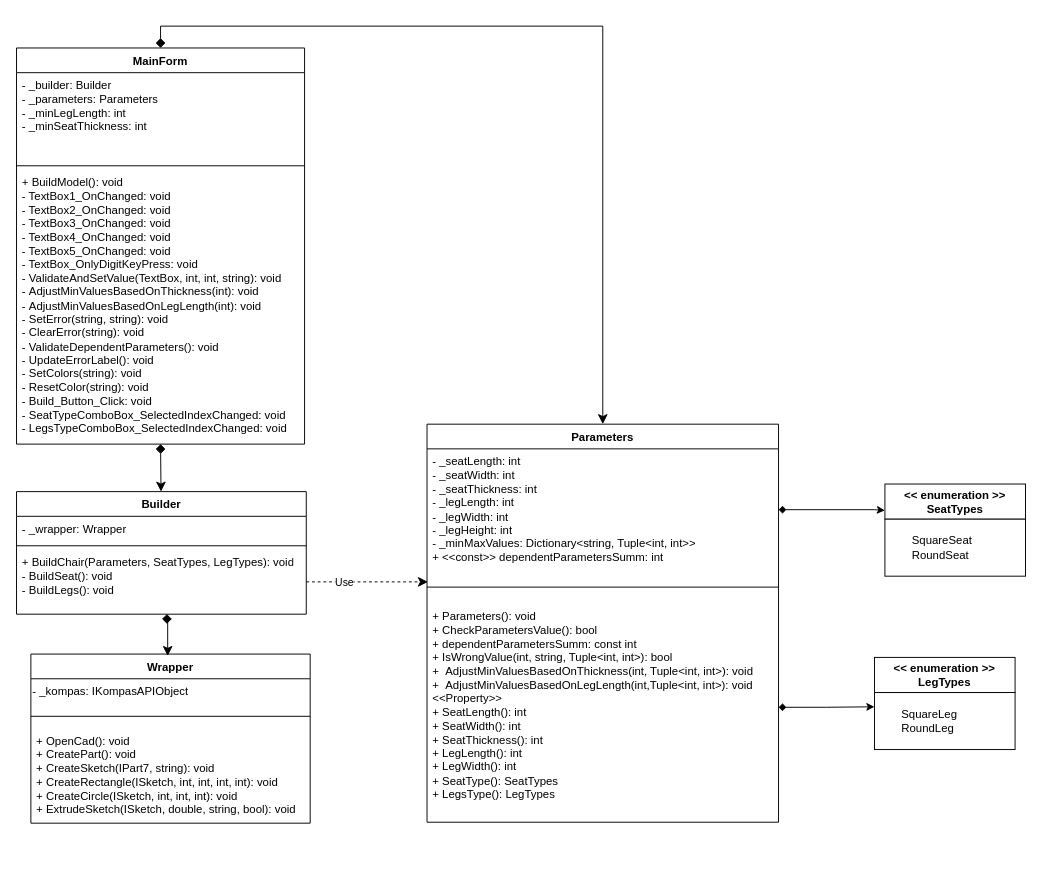
pikaparson/basics_of_CAD_development keeps this draw.io diagram as docs/диаграмма_после.drawio. Above is the earlier version. Source tidied: cells renumbered, new cells numbered last; positions are measured from the earlier drawing's top-left corner, leaving out a move shared by most shapes. Both pictures are drawn from the tidied source at 95%, with x=0, y=0 at pixel (16, 26).
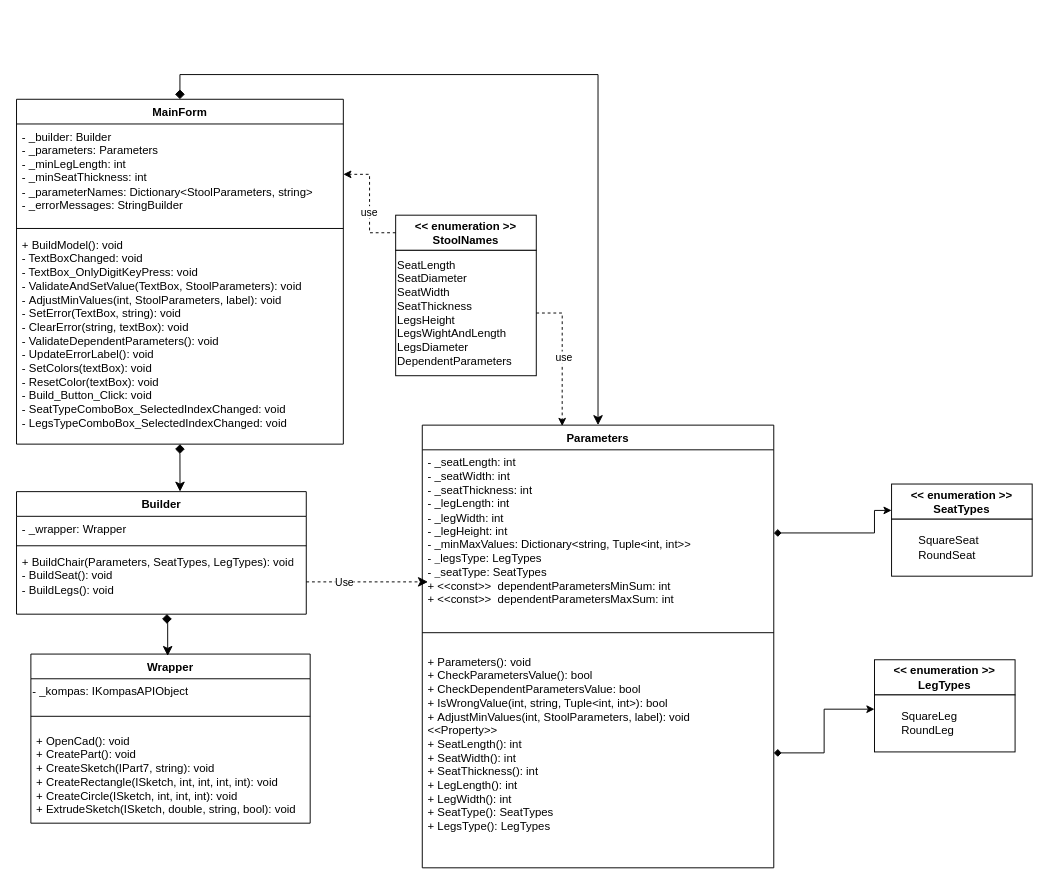
The same page after the edit.

Commit message (it also covers changes not shown here):
Дополнена UML-диаграмма

Unchanged cells that the change refers to:
```xml
<mxCell id="6" value="Builder&lt;div&gt;&lt;br&gt;&lt;/div&gt;" style="swimlane;fontStyle=1;align=center;verticalAlign=top;horizontal=1;startSize=26;whiteSpace=wrap;html=1;" parent="1" vertex="1">
  <mxGeometry x="-0.1" y="490" width="305" height="129" as="geometry" />
</mxCell>
```

Diff of the diagram source:
```diff
@@
     <mxCell id="2" value="MainForm" style="swimlane;fontStyle=1;align=center;verticalAlign=top;horizontal=1;startSize=26;whiteSpace=wrap;html=1;" parent="1" vertex="1">
-      <mxGeometry x="-0.1" y="23" width="303.2" height="417" as="geometry" />
+      <mxGeometry x="-0.1" y="77" width="344" height="363" as="geometry" />
     </mxCell>
-    <mxCell id="3" value="- _builder: Builder&lt;div&gt;- _parameters: Parameters&lt;br&gt;&lt;/div&gt;&lt;div&gt;- _minLegLength: int&lt;/div&gt;&lt;div&gt;-&amp;nbsp;_minSeatThickness: int&lt;br&gt;&lt;/div&gt;" style="text;strokeColor=none;fillColor=none;align=left;verticalAlign=top;spacingLeft=4;spacingRight=4;overflow=hidden;points=[[0,0.5],[1,0.5]];portConstraint=eastwest;whiteSpace=wrap;html=1;" parent="2" vertex="1">
-      <mxGeometry y="26" width="303.2" height="94" as="geometry" />
+    <mxCell id="3" value="- _builder: Builder&lt;div&gt;- _parameters: Parameters&lt;br&gt;&lt;/div&gt;&lt;div&gt;- _minLegLength: int&lt;/div&gt;&lt;div&gt;-&amp;nbsp;_minSeatThickness: int&lt;br&gt;&lt;/div&gt;&lt;div&gt;-&amp;nbsp;_parameterNames: Dictionary&amp;lt;StoolParameters, string&amp;gt;&lt;/div&gt;&lt;div&gt;-&amp;nbsp;_errorMessages: StringBuilder&lt;/div&gt;" style="text;strokeColor=none;fillColor=none;align=left;verticalAlign=top;spacingLeft=4;spacingRight=4;overflow=hidden;points=[[0,0.5],[1,0.5]];portConstraint=eastwest;whiteSpace=wrap;html=1;" parent="2" vertex="1">
+      <mxGeometry y="26" width="344" height="106" as="geometry" />
     </mxCell>
     <mxCell id="4" style="line;strokeWidth=1;fillColor=none;align=left;verticalAlign=middle;spacingTop=-1;spacingLeft=3;spacingRight=3;labelPosition=right;strokeColor=inherit;" parent="2" vertex="1">
-      <mxGeometry y="120" width="303.2" height="8" as="geometry" />
+      <mxGeometry y="132" width="344" height="8" as="geometry" />
     </mxCell>
-    <mxCell id="5" value="+ BuildModel(): void&lt;div&gt;- TextBox1_OnChanged: void&lt;/div&gt;&lt;div&gt;- TextBox2_OnChanged: void&lt;/div&gt;&lt;div&gt;- TextBox3_OnChanged: void&lt;/div&gt;&lt;div&gt;- TextBox4_OnChanged: void&lt;/div&gt;&lt;div&gt;- TextBox5_OnChanged: void&lt;/div&gt;&lt;div&gt;&lt;div&gt;- TextBox_OnlyDigitKeyPress: void&lt;/div&gt;&lt;/div&gt;&lt;div&gt;-&amp;nbsp;ValidateAndSetValue(TextBox, int, int, string): void&lt;/div&gt;&lt;div&gt;-&amp;nbsp;&lt;span style=&quot;background-color: initial;&quot;&gt;AdjustMinValuesBasedOnThickness(int): void&lt;/span&gt;&lt;/div&gt;&lt;div&gt;&lt;span style=&quot;background-color: initial;&quot;&gt;-&amp;nbsp;&lt;/span&gt;&lt;span style=&quot;background-color: initial;&quot;&gt;AdjustMinValuesBasedOnLegLength(int): void&lt;/span&gt;&lt;/div&gt;&lt;div&gt;&lt;span style=&quot;background-color: initial;&quot;&gt;-&amp;nbsp;&lt;/span&gt;&lt;span style=&quot;background-color: initial;&quot;&gt;SetError(string, string): void&lt;/span&gt;&lt;/div&gt;&lt;div&gt;&lt;span style=&quot;background-color: initial;&quot;&gt;-&amp;nbsp;&lt;/span&gt;&lt;span style=&quot;background-color: initial;&quot;&gt;ClearError(string): void&lt;/span&gt;&lt;/div&gt;&lt;div&gt;&lt;span style=&quot;background-color: initial;&quot;&gt;-&lt;/span&gt;&lt;span style=&quot;background-color: initial;&quot;&gt;&amp;nbsp;ValidateDependentParameters(): void&lt;/span&gt;&lt;/div&gt;&lt;div&gt;&lt;span style=&quot;background-color: initial;&quot;&gt;-&amp;nbsp;&lt;/span&gt;&lt;span style=&quot;background-color: initial;&quot;&gt;UpdateErrorLabel(): void&lt;/span&gt;&lt;/div&gt;&lt;div&gt;&lt;span style=&quot;background-color: initial;&quot;&gt;- SetColors(string): void&lt;/span&gt;&lt;/div&gt;&lt;div&gt;&lt;span style=&quot;background-color: initial;&quot;&gt;-&amp;nbsp;&lt;/span&gt;&lt;span style=&quot;background-color: initial;&quot;&gt;ResetColor(string): void&lt;/span&gt;&lt;/div&gt;&lt;div&gt;&lt;span style=&quot;background-color: initial;&quot;&gt;-&amp;nbsp;&lt;/span&gt;&lt;span style=&quot;background-color: initial;&quot;&gt;Build_Button_Click: void&lt;/span&gt;&lt;/div&gt;&lt;div&gt;&lt;span style=&quot;background-color: initial;&quot;&gt;-&amp;nbsp;&lt;/span&gt;&lt;span style=&quot;background-color: initial;&quot;&gt;SeatTypeComboBox_SelectedIndexChanged: void&lt;/span&gt;&lt;/div&gt;&lt;div&gt;&lt;span style=&quot;background-color: initial;&quot;&gt;-&amp;nbsp;&lt;/span&gt;&lt;span style=&quot;background-color: initial;&quot;&gt;LegsTypeComboBox_SelectedIndexChanged: void&lt;/span&gt;&lt;/div&gt;" style="text;strokeColor=none;fillColor=none;align=left;verticalAlign=top;spacingLeft=4;spacingRight=4;overflow=hidden;whiteSpace=wrap;html=1;" parent="2" vertex="1">
-      <mxGeometry y="128" width="303.2" height="289" as="geometry" />
+    <mxCell id="5" value="+ BuildModel(): void&lt;div&gt;- TextBoxChanged: void&lt;/div&gt;&lt;div&gt;&lt;div&gt;- TextBox_OnlyDigitKeyPress: void&lt;/div&gt;&lt;/div&gt;&lt;div&gt;-&amp;nbsp;ValidateAndSetValue(TextBox, StoolParameters): void&lt;/div&gt;&lt;div&gt;-&amp;nbsp;&lt;span style=&quot;background-color: initial;&quot;&gt;AdjustMinValues(int,&lt;/span&gt;&lt;span style=&quot;background-color: transparent;&quot;&gt;&amp;nbsp;StoolParameters, label&lt;/span&gt;&lt;span style=&quot;background-color: initial; color: light-dark(rgb(0, 0, 0), rgb(255, 255, 255));&quot;&gt;): void&lt;/span&gt;&lt;/div&gt;&lt;div&gt;&lt;span style=&quot;background-color: initial;&quot;&gt;-&amp;nbsp;&lt;/span&gt;&lt;span style=&quot;background-color: initial;&quot;&gt;SetError(TextBox, string): void&lt;/span&gt;&lt;/div&gt;&lt;div&gt;&lt;span style=&quot;background-color: initial;&quot;&gt;-&amp;nbsp;&lt;/span&gt;&lt;span style=&quot;background-color: initial;&quot;&gt;ClearError(string, textBox): void&lt;/span&gt;&lt;/div&gt;&lt;div&gt;&lt;span style=&quot;background-color: initial;&quot;&gt;-&lt;/span&gt;&lt;span style=&quot;background-color: initial;&quot;&gt;&amp;nbsp;ValidateDependentParameters(): void&lt;/span&gt;&lt;/div&gt;&lt;div&gt;&lt;span style=&quot;background-color: initial;&quot;&gt;-&amp;nbsp;&lt;/span&gt;&lt;span style=&quot;background-color: initial;&quot;&gt;UpdateErrorLabel(): void&lt;/span&gt;&lt;/div&gt;&lt;div&gt;&lt;span style=&quot;background-color: initial;&quot;&gt;- SetColors(textBox): void&lt;/span&gt;&lt;/div&gt;&lt;div&gt;&lt;span style=&quot;background-color: initial;&quot;&gt;-&amp;nbsp;&lt;/span&gt;&lt;span style=&quot;background-color: initial;&quot;&gt;ResetColor(textBox): void&lt;/span&gt;&lt;/div&gt;&lt;div&gt;&lt;span style=&quot;background-color: initial;&quot;&gt;-&amp;nbsp;&lt;/span&gt;&lt;span style=&quot;background-color: initial;&quot;&gt;Build_Button_Click: void&lt;/span&gt;&lt;/div&gt;&lt;div&gt;&lt;span style=&quot;background-color: initial;&quot;&gt;-&amp;nbsp;&lt;/span&gt;&lt;span style=&quot;background-color: initial;&quot;&gt;SeatTypeComboBox_SelectedIndexChanged: void&lt;/span&gt;&lt;/div&gt;&lt;div&gt;&lt;span style=&quot;background-color: initial;&quot;&gt;-&amp;nbsp;&lt;/span&gt;&lt;span style=&quot;background-color: initial;&quot;&gt;LegsTypeComboBox_SelectedIndexChanged: void&lt;/span&gt;&lt;/div&gt;" style="text;strokeColor=none;fillColor=none;align=left;verticalAlign=top;spacingLeft=4;spacingRight=4;overflow=hidden;whiteSpace=wrap;html=1;" parent="2" vertex="1">
+      <mxGeometry y="140" width="344" height="223" as="geometry" />
     </mxCell>
@@
     <mxCell id="17" value="Parameters" style="swimlane;fontStyle=1;align=center;verticalAlign=top;horizontal=1;startSize=26;whiteSpace=wrap;html=1;" parent="1" vertex="1">
-      <mxGeometry x="432" y="419" width="370" height="419" as="geometry" />
+      <mxGeometry x="427" y="420" width="370" height="466" as="geometry" />
     </mxCell>
-    <mxCell id="18" value="&lt;div&gt;- _seatLength: int&lt;/div&gt;&lt;div&gt;- _seatWidth: int&lt;/div&gt;&lt;div&gt;- _seatThickness: int&lt;br&gt;&lt;/div&gt;&lt;div&gt;- _legLength: int&lt;br&gt;&lt;/div&gt;&lt;div&gt;- _legWidth: int&lt;br&gt;&lt;/div&gt;&lt;div&gt;- _legHeight: int&lt;/div&gt;&lt;div&gt;- _minMaxValues: Dictionary&amp;lt;string, Tuple&amp;lt;int, int&amp;gt;&amp;gt;&lt;/div&gt;&lt;div&gt;+ &amp;lt;&amp;lt;const&amp;gt;&amp;gt;&amp;nbsp;dependentParametersSumm: int&lt;/div&gt;" style="text;strokeColor=none;fillColor=none;align=left;verticalAlign=top;spacingLeft=4;spacingRight=4;overflow=hidden;points=[[0,0.5],[1,0.5]];portConstraint=eastwest;whiteSpace=wrap;html=1;" parent="17" vertex="1">
-      <mxGeometry y="26" width="370" height="128" as="geometry" />
+    <mxCell id="18" value="&lt;div&gt;- _seatLength: int&lt;/div&gt;&lt;div&gt;- _seatWidth: int&lt;/div&gt;&lt;div&gt;- _seatThickness: int&lt;br&gt;&lt;/div&gt;&lt;div&gt;- _legLength: int&lt;br&gt;&lt;/div&gt;&lt;div&gt;- _legWidth: int&lt;br&gt;&lt;/div&gt;&lt;div&gt;- _legHeight: int&lt;/div&gt;&lt;div&gt;- _minMaxValues: Dictionary&amp;lt;string, Tuple&amp;lt;int, int&amp;gt;&amp;gt;&lt;/div&gt;&lt;div&gt;-&amp;nbsp;&lt;font&gt;&lt;span style=&quot;font-family: &amp;quot;Times New Roman&amp;quot;, serif; background-color: transparent; color: light-dark(rgb(0, 0, 0), rgb(255, 255, 255));&quot;&gt;_&lt;/span&gt;&lt;span style=&quot;background-color: transparent; color: light-dark(rgb(0, 0, 0), rgb(255, 255, 255));&quot;&gt;&lt;font style=&quot;&quot; face=&quot;Helvetica&quot;&gt;legsType: LegTypes&lt;/font&gt;&lt;/span&gt;&lt;/font&gt;&lt;/div&gt;&lt;div&gt;&lt;font&gt;&lt;span style=&quot;background-color: transparent; color: light-dark(rgb(0, 0, 0), rgb(255, 255, 255));&quot;&gt;&lt;font style=&quot;&quot; face=&quot;Helvetica&quot;&gt;-&amp;nbsp;&lt;/font&gt;&lt;/span&gt;&lt;/font&gt;&lt;span style=&quot;background-color: transparent; color: light-dark(rgb(0, 0, 0), rgb(255, 255, 255)); font-family: &amp;quot;Times New Roman&amp;quot;, serif;&quot;&gt;_&lt;/span&gt;&lt;span style=&quot;background-color: transparent; color: light-dark(rgb(0, 0, 0), rgb(255, 255, 255));&quot;&gt;seat&lt;/span&gt;&lt;span style=&quot;background-color: transparent; color: light-dark(rgb(0, 0, 0), rgb(255, 255, 255));&quot;&gt;Type: SeatTypes&lt;/span&gt;&lt;/div&gt;&lt;div&gt;+ &amp;lt;&amp;lt;const&amp;gt;&amp;gt;&amp;nbsp;&amp;nbsp;dependentParametersMinSum: int&lt;/div&gt;&lt;div&gt;+ &amp;lt;&amp;lt;const&amp;gt;&amp;gt;&amp;nbsp;&amp;nbsp;dependentParametersMaxSum: int&lt;/div&gt;" style="text;strokeColor=none;fillColor=none;align=left;verticalAlign=top;spacingLeft=4;spacingRight=4;overflow=hidden;points=[[0,0.5],[1,0.5]];portConstraint=eastwest;whiteSpace=wrap;html=1;" parent="17" vertex="1">
+      <mxGeometry y="26" width="370" height="175" as="geometry" />
     </mxCell>
     <mxCell id="19" style="line;strokeWidth=1;fillColor=none;align=left;verticalAlign=middle;spacingTop=-1;spacingLeft=3;spacingRight=3;labelPosition=right;strokeColor=inherit;" parent="17" vertex="1">
-      <mxGeometry y="154" width="370" height="35" as="geometry" />
+      <mxGeometry y="201" width="370" height="35" as="geometry" />
     </mxCell>
-    <mxCell id="20" value="+ Parameters(): void&lt;div&gt;+ CheckParametersValue(): bool&amp;nbsp;&lt;br&gt;&lt;div&gt;+&amp;nbsp;dependentParametersSumm: const int&lt;/div&gt;&lt;div&gt;&lt;div&gt;&lt;span style=&quot;background-color: initial;&quot;&gt;+&amp;nbsp;&lt;/span&gt;&lt;span style=&quot;background-color: initial;&quot;&gt;IsWrongValue(int, string, Tuple&amp;lt;int, int&amp;gt;): bool&lt;/span&gt;&lt;/div&gt;&lt;div&gt;&lt;span style=&quot;background-color: initial;&quot;&gt;+&amp;nbsp;&lt;/span&gt;&lt;span style=&quot;background-color: initial;&quot;&gt;&amp;nbsp;AdjustMinValuesBasedOnThickness(int, Tuple&amp;lt;int, int&amp;gt;): void&lt;/span&gt;&lt;/div&gt;&lt;div&gt;&lt;span style=&quot;background-color: initial;&quot;&gt;+&amp;nbsp;&lt;/span&gt;&lt;span style=&quot;background-color: initial;&quot;&gt;&amp;nbsp;AdjustMinValuesBasedOnLegLength(int,Tuple&amp;lt;int, int&amp;gt;): void&lt;/span&gt;&lt;/div&gt;&lt;/div&gt;&lt;div&gt;&amp;lt;&amp;lt;Property&amp;gt;&amp;gt;&lt;/div&gt;&lt;div&gt;+ SeatLength(): int&lt;/div&gt;&lt;div&gt;+ SeatWidth(): int&lt;br&gt;&lt;/div&gt;&lt;div&gt;+ SeatThickness(): int&lt;br&gt;&lt;/div&gt;&lt;div&gt;+ LegLength(): int&lt;br&gt;&lt;/div&gt;&lt;div&gt;+ LegWidth(): int&lt;/div&gt;&lt;/div&gt;&lt;div&gt;+ SeatType():&amp;nbsp;&lt;span style=&quot;background-color: initial;&quot;&gt;SeatTypes&lt;/span&gt;&lt;/div&gt;&lt;div&gt;+ LegsType(): Leg&lt;span style=&quot;background-color: initial;&quot;&gt;Types&lt;/span&gt;&lt;span style=&quot;background-color: initial;&quot;&gt;&lt;/span&gt;&lt;/div&gt;&lt;div&gt;&lt;br&gt;&lt;/div&gt;" style="text;strokeColor=none;fillColor=none;align=left;verticalAlign=top;spacingLeft=4;spacingRight=4;overflow=hidden;points=[[0,0.5],[1,0.5]];portConstraint=eastwest;whiteSpace=wrap;html=1;" parent="17" vertex="1">
-      <mxGeometry y="189" width="370" height="230" as="geometry" />
+    <mxCell id="20" value="+ Parameters(): void&lt;div&gt;+ CheckParametersValue(): bool&amp;nbsp;&lt;br&gt;&lt;div&gt;+&amp;nbsp;CheckDependentParametersValue: bool&lt;/div&gt;&lt;div&gt;&lt;div&gt;&lt;span style=&quot;background-color: initial;&quot;&gt;+&amp;nbsp;&lt;/span&gt;&lt;span style=&quot;background-color: initial;&quot;&gt;IsWrongValue(int, string, Tuple&amp;lt;int, int&amp;gt;): bool&lt;/span&gt;&lt;/div&gt;&lt;div&gt;&lt;span style=&quot;background-color: transparent; color: light-dark(rgb(0, 0, 0), rgb(255, 255, 255));&quot;&gt;+&amp;nbsp;&lt;/span&gt;&lt;span style=&quot;background-color: initial; color: light-dark(rgb(0, 0, 0), rgb(255, 255, 255));&quot;&gt;AdjustMinValues(int,&lt;/span&gt;&lt;span style=&quot;background-color: transparent; color: light-dark(rgb(0, 0, 0), rgb(255, 255, 255));&quot;&gt;&amp;nbsp;StoolParameters, label&lt;/span&gt;&lt;span style=&quot;background-color: initial; color: light-dark(rgb(0, 0, 0), rgb(255, 255, 255));&quot;&gt;): void&lt;/span&gt;&lt;/div&gt;&lt;div&gt;&lt;span style=&quot;background-color: transparent; color: light-dark(rgb(0, 0, 0), rgb(255, 255, 255));&quot;&gt;&amp;lt;&amp;lt;Property&amp;gt;&amp;gt;&lt;/span&gt;&lt;/div&gt;&lt;/div&gt;&lt;div&gt;+ SeatLength(): int&lt;/div&gt;&lt;div&gt;+ SeatWidth(): int&lt;br&gt;&lt;/div&gt;&lt;div&gt;+ SeatThickness(): int&lt;br&gt;&lt;/div&gt;&lt;div&gt;+ LegLength(): int&lt;br&gt;&lt;/div&gt;&lt;div&gt;+ LegWidth(): int&lt;/div&gt;&lt;/div&gt;&lt;div&gt;+ SeatType():&amp;nbsp;&lt;span style=&quot;background-color: initial;&quot;&gt;SeatTypes&lt;/span&gt;&lt;/div&gt;&lt;div&gt;+ LegsType(): Leg&lt;span style=&quot;background-color: initial;&quot;&gt;Types&lt;/span&gt;&lt;span style=&quot;background-color: initial;&quot;&gt;&lt;/span&gt;&lt;/div&gt;&lt;div&gt;&lt;br&gt;&lt;/div&gt;" style="text;strokeColor=none;fillColor=none;align=left;verticalAlign=top;spacingLeft=4;spacingRight=4;overflow=hidden;points=[[0,0.5],[1,0.5]];portConstraint=eastwest;whiteSpace=wrap;html=1;" parent="17" vertex="1">
+      <mxGeometry y="236" width="370" height="230" as="geometry" />
     </mxCell>
     <mxCell id="21" style="edgeStyle=elbowEdgeStyle;elbow=horizontal;endArrow=classic;html=1;curved=0;rounded=0;endSize=8;startSize=8;exitX=0.5;exitY=0;exitDx=0;exitDy=0;strokeColor=default;startArrow=diamond;startFill=1;entryX=0.5;entryY=0;entryDx=0;entryDy=0;" parent="1" edge="1" source="2" target="17">
       <mxGeometry relative="1" as="geometry">
         <Array as="points">
-          <mxPoint x="252" />
+          <mxPoint x="401" y="51" />
           <mxPoint x="395" y="131" />
         </Array>
       </mxGeometry>
     </mxCell>
-    <mxCell id="22" style="edgeStyle=elbowEdgeStyle;elbow=horizontal;endArrow=classic;html=1;curved=0;rounded=0;endSize=8;startSize=8;exitX=0.5;exitY=1;exitDx=0;exitDy=0;strokeColor=default;startArrow=diamond;startFill=1;entryX=0.5;entryY=0;entryDx=0;entryDy=0;" parent="1" edge="1" source="2" target="6">
+    <mxCell id="22" style="edgeStyle=elbowEdgeStyle;elbow=horizontal;endArrow=classic;html=1;curved=0;rounded=0;endSize=8;startSize=8;exitX=0.5;exitY=1;exitDx=0;exitDy=0;strokeColor=default;startArrow=diamond;startFill=1;" parent="1" edge="1" source="2" target="6">
       <mxGeometry relative="1" as="geometry" />
     </mxCell>
@@
     <mxCell id="26" value="&lt;span style=&quot;font-weight: 700;&quot;&gt;&amp;lt;&amp;lt; enumeration &amp;gt;&amp;gt;&lt;/span&gt;&lt;div style=&quot;font-weight: 700;&quot;&gt;LegTypes&lt;/div&gt;" style="rounded=0;whiteSpace=wrap;html=1;" parent="1" vertex="1">
-      <mxGeometry x="903" y="664.5" width="148" height="37" as="geometry" />
+      <mxGeometry x="903" y="667" width="148" height="37" as="geometry" />
     </mxCell>
     <mxCell id="27" value="&lt;div&gt;&lt;span style=&quot;white-space: pre;&quot;&gt;&#9;&lt;/span&gt;SquareLeg&lt;/div&gt;&lt;div&gt;&lt;span style=&quot;white-space: pre;&quot;&gt;&#9;&lt;/span&gt;RoundLeg&lt;/div&gt;" style="rounded=0;whiteSpace=wrap;html=1;align=left;" parent="1" vertex="1">
-      <mxGeometry x="903" y="701.5" width="148" height="60" as="geometry" />
+      <mxGeometry x="903" y="704" width="148" height="60" as="geometry" />
     </mxCell>
     <mxCell id="28" value="&lt;span style=&quot;font-weight: 700;&quot;&gt;&amp;lt;&amp;lt; enumeration &amp;gt;&amp;gt;&lt;/span&gt;&lt;div style=&quot;font-weight: 700;&quot;&gt;SeatTypes&lt;/div&gt;" style="rounded=0;whiteSpace=wrap;html=1;" parent="1" vertex="1">
-      <mxGeometry x="914" y="482" width="148" height="37" as="geometry" />
+      <mxGeometry x="921" y="482" width="148" height="37" as="geometry" />
     </mxCell>
     <mxCell id="29" value="&lt;div&gt;&lt;span style=&quot;white-space: pre;&quot;&gt;&#9;&lt;/span&gt;SquareSeat&lt;/div&gt;&lt;div&gt;&lt;span style=&quot;white-space: pre;&quot;&gt;&#9;&lt;/span&gt;RoundSeat&lt;/div&gt;" style="rounded=0;whiteSpace=wrap;html=1;align=left;" parent="1" vertex="1">
-      <mxGeometry x="914" y="519" width="148" height="60" as="geometry" />
+      <mxGeometry x="921" y="519" width="148" height="60" as="geometry" />
     </mxCell>
+    <mxCell id="30" value="&lt;span style=&quot;font-weight: 700;&quot;&gt;&amp;lt;&amp;lt; enumeration &amp;gt;&amp;gt;&lt;/span&gt;&lt;div style=&quot;font-weight: 700;&quot;&gt;StoolNames&lt;/div&gt;" style="rounded=0;whiteSpace=wrap;html=1;" parent="1" vertex="1">
+      <mxGeometry x="399" y="199" width="148" height="37" as="geometry" />
+    </mxCell>
+    <mxCell id="31" value="SeatLength&lt;br&gt;SeatDiameter&lt;br&gt;SeatWidth&lt;br&gt;SeatThickness&lt;br&gt;LegsHeight&lt;br&gt;LegsWightAndLength&lt;br&gt;LegsDiameter&lt;br&gt;DependentParameters" style="rounded=0;whiteSpace=wrap;html=1;align=left;" parent="1" vertex="1">
+      <mxGeometry x="399" y="236" width="148" height="132" as="geometry" />
+    </mxCell>
+    <mxCell id="32" style="edgeStyle=orthogonalEdgeStyle;rounded=0;jettySize=auto;html=1;exitX=0;exitY=0.5;exitDx=0;exitDy=0;dashed=1;" parent="1" edge="1" source="30" target="3">
+      <mxGeometry relative="1" as="geometry" />
+    </mxCell>
+    <mxCell id="33" value="use" style="edgeLabel;html=1;align=center;verticalAlign=middle;" parent="32" vertex="1">
+      <mxGeometry x="-0.12" y="1" relative="1" as="geometry">
+        <mxPoint y="1" as="offset" />
+      </mxGeometry>
+    </mxCell>
+    <mxCell id="34" style="edgeStyle=orthogonalEdgeStyle;rounded=0;jettySize=auto;html=1;exitX=1;exitY=0.5;exitDx=0;exitDy=0;entryX=0.398;entryY=0.002;entryDx=0;entryDy=0;entryPerimeter=0;dashed=1;" parent="1" edge="1" source="31" target="17">
+      <mxGeometry relative="1" as="geometry" />
+    </mxCell>
+    <mxCell id="35" value="use" style="edgeLabel;html=1;align=center;verticalAlign=middle;" parent="34" vertex="1">
+      <mxGeometry x="0.01" y="1" relative="1" as="geometry" />
+    </mxCell>
```
